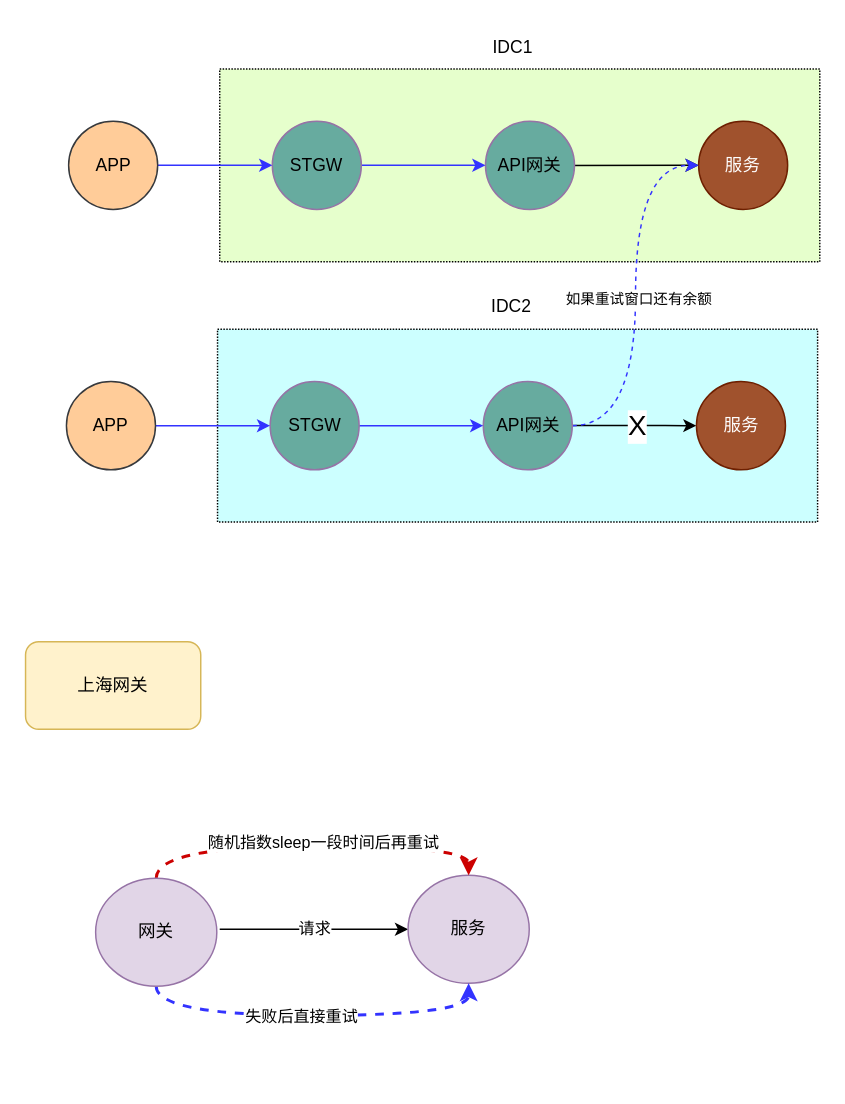
This is page "网关" (1 of 9) of sidecar.drawio from xinguai/asmshare, a draw.io file, before an edit. Source tidied: cells renumbered, new cells numbered last; positions are measured from the earlier drawing's top-left corner, leaving out a move shared by most shapes. Both pictures are drawn from the tidied source at 146%, with x=0, y=0 at pixel (25, 25).
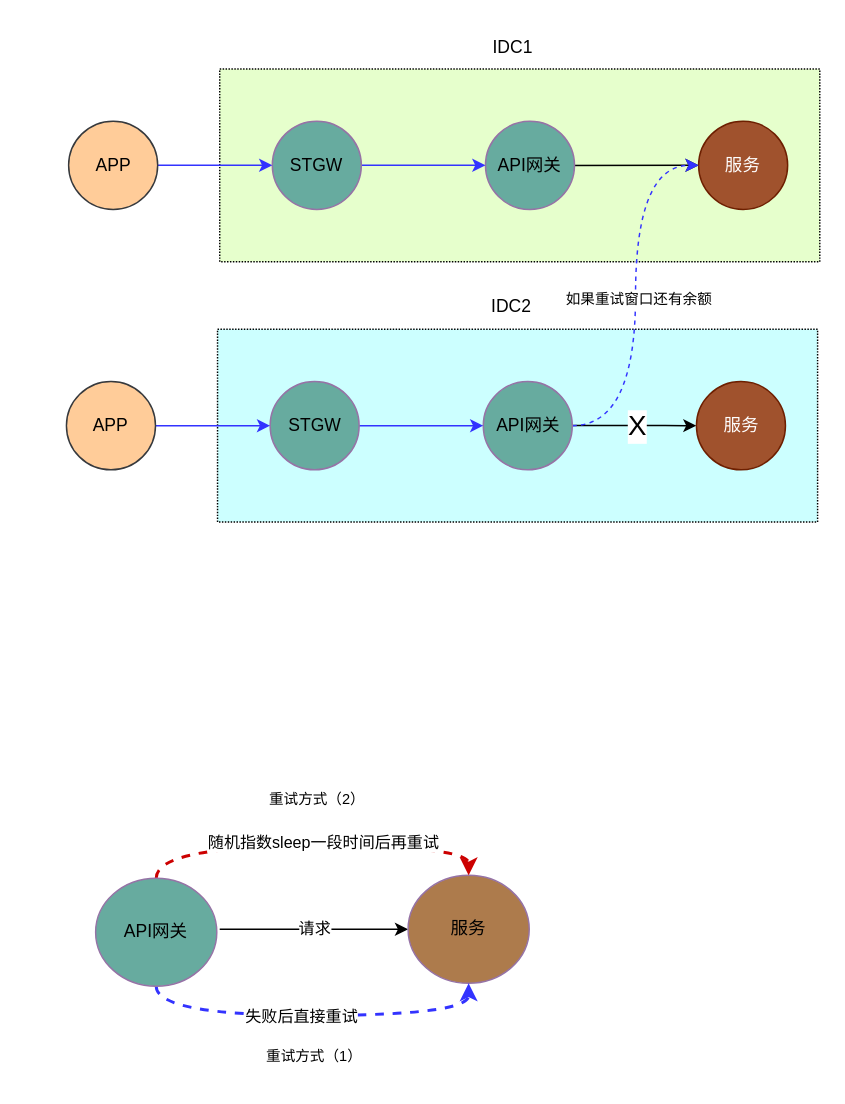
The same page after the edit.

What changed in the source:
```diff
@@
-    <mxCell id="5" value="上海网关" style="rounded=1;whiteSpace=wrap;html=1;fillColor=#fff2cc;strokeColor=#d6b656;" parent="1" vertex="1">
-      <mxGeometry y="422" width="120" height="60" as="geometry" />
-    </mxCell>
@@
-    <mxCell id="7" value="服务" style="ellipse;whiteSpace=wrap;html=1;fillColor=#e1d5e7;strokeColor=#9673a6;" parent="1" vertex="1">
+    <mxCell id="7" value="服务" style="ellipse;whiteSpace=wrap;html=1;fillColor=#AD7B4C;strokeColor=#9673a6;" parent="1" vertex="1">
       <mxGeometry x="262" y="582" width="83" height="74" as="geometry" />
     </mxCell>
@@
-    <mxCell id="12" value="网关" style="ellipse;whiteSpace=wrap;html=1;fillColor=#e1d5e7;strokeColor=#9673a6;" parent="1" vertex="1">
+    <mxCell id="12" value="API网关" style="ellipse;whiteSpace=wrap;html=1;fillColor=#67AB9F;strokeColor=#9673a6;" parent="1" vertex="1">
       <mxGeometry x="48" y="584" width="83" height="74" as="geometry" />
     </mxCell>
@@
+    <mxCell id="31" value="重试方式（2）" style="text;html=1;strokeColor=none;fillColor=none;align=center;verticalAlign=middle;whiteSpace=wrap;rounded=0;dashed=1;dashPattern=1 1;fontSize=10;" parent="1" vertex="1">
+      <mxGeometry x="154.5" y="515" width="90" height="30" as="geometry" />
+    </mxCell>
+    <mxCell id="32" value="重试方式（1）" style="text;html=1;strokeColor=none;fillColor=none;align=center;verticalAlign=middle;whiteSpace=wrap;rounded=0;dashed=1;dashPattern=1 1;fontSize=10;" parent="1" vertex="1">
+      <mxGeometry x="153" y="691" width="90" height="30" as="geometry" />
+    </mxCell>
```
